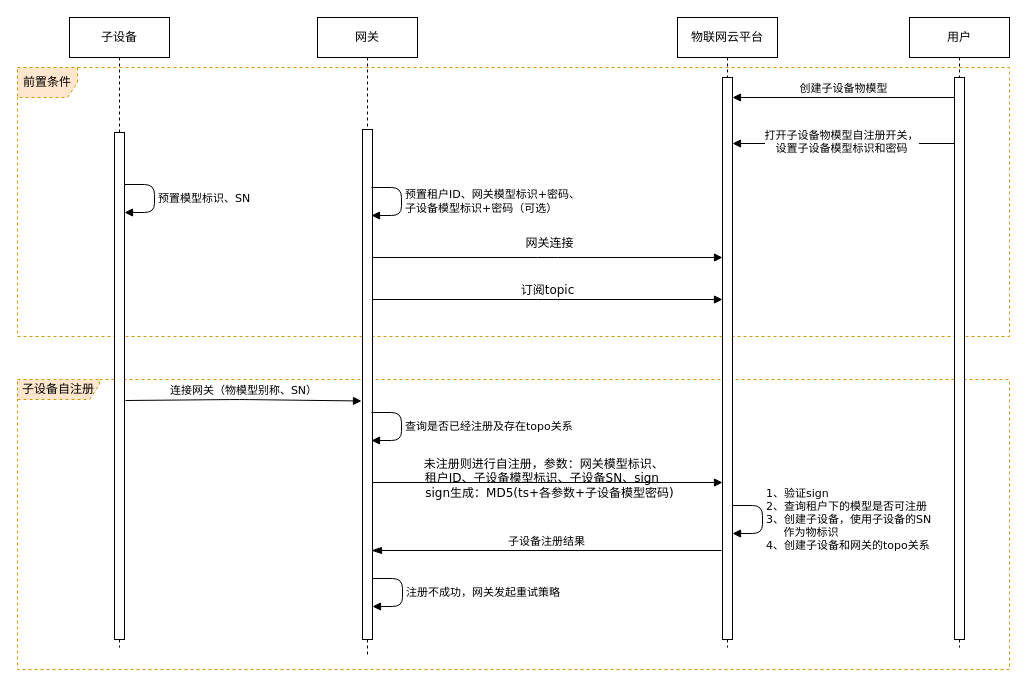
yzzh9/yzzh9 keeps this draw.io diagram as root/子设备注册（面向客户）.drawio. Above is the earlier version. Source tidied: cells renumbered, new cells numbered last; positions are measured from the earlier drawing's top-left corner, leaving out a move shared by most shapes. Both pictures are drawn from the tidied source at 100%, with x=0, y=0 at pixel (17, 17).
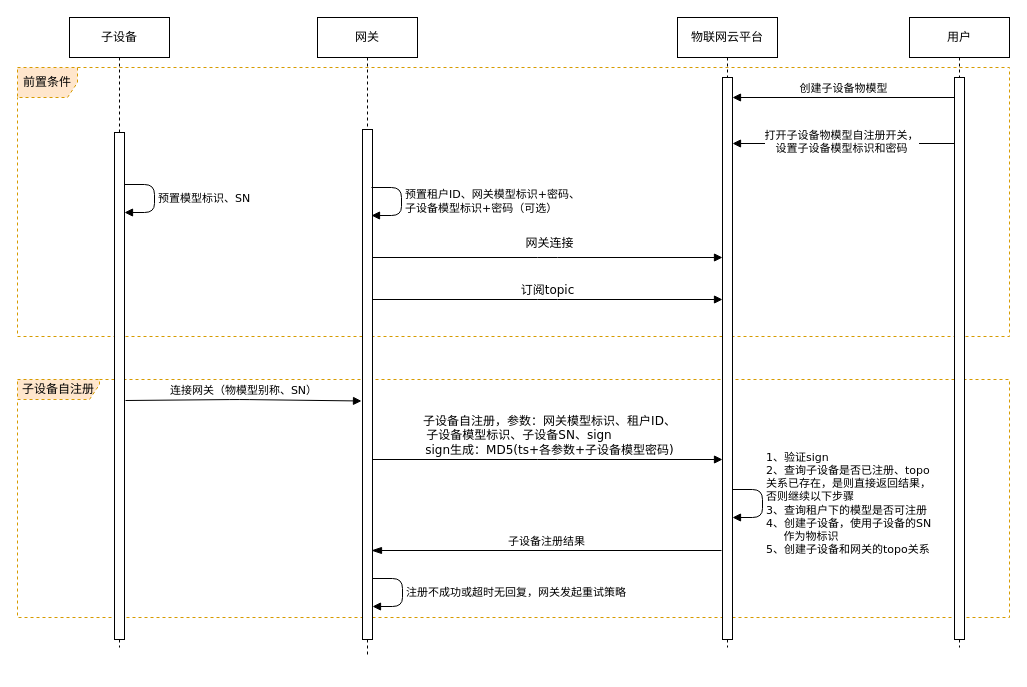
The same diagram, later.

Commit message:
Update 子设备注册（面向客户）.drawio

Diff of the diagram source:
```diff
@@
     <mxCell id="2" value="子设备自注册" style="shape=umlFrame;whiteSpace=wrap;html=1;width=82;height=20;fillColor=#ffe6cc;strokeColor=#d79b00;dashed=1;" parent="1" vertex="1">
-      <mxGeometry y="362" width="992" height="290" as="geometry" />
+      <mxGeometry y="362" width="992" height="238" as="geometry" />
     </mxCell>
@@
-    <mxCell id="15" value="查询是否已经注册及存在topo关系" style="edgeStyle=orthogonalEdgeStyle;html=1;align=left;spacingLeft=2;endArrow=block;fontFamily=Verdana;" parent="1" edge="1">
-      <mxGeometry relative="1" as="geometry">
-        <mxPoint x="354" y="395" as="sourcePoint" />
-        <mxPoint x="354" y="423" as="targetPoint" />
-        <Array as="points">
-          <mxPoint x="384" y="395" />
-        </Array>
-      </mxGeometry>
-    </mxCell>
-    <mxCell id="16" value="未注册则进行自注册，参数：网关模型标识、&amp;nbsp; &amp;nbsp;&lt;br&gt;租户ID、子设备模型标识、子设备SN、sign&amp;nbsp; &amp;nbsp;&amp;nbsp;&lt;br&gt;&amp;nbsp;sign生成：MD5(ts+各参数+子设备模型密码)&amp;nbsp;" style="html=1;verticalAlign=bottom;endArrow=block;entryX=0;entryY=0;labelBackgroundColor=none;fontFamily=Verdana;fontSize=12;edgeStyle=elbowEdgeStyle;elbow=vertical;" parent="1" edge="1">
-      <mxGeometry x="0.01" y="-20" relative="1" as="geometry">
-        <mxPoint x="355" y="465" as="sourcePoint" />
-        <mxPoint x="705" y="465" as="targetPoint" />
+    <mxCell id="16" value="子设备自注册，参数：网关模型标识、租户ID、&lt;br&gt;子设备模型标识、子设备SN、sign&amp;nbsp; &amp;nbsp; &amp;nbsp; &amp;nbsp; &amp;nbsp; &amp;nbsp; &amp;nbsp; &amp;nbsp;&amp;nbsp;&lt;br&gt;&amp;nbsp;sign生成：MD5(ts+各参数+子设备模型密码)&amp;nbsp;" style="html=1;verticalAlign=bottom;endArrow=block;entryX=0;entryY=0;labelBackgroundColor=none;fontFamily=Verdana;fontSize=12;edgeStyle=elbowEdgeStyle;elbow=vertical;" parent="1" edge="1">
+      <mxGeometry x="0.01" relative="1" as="geometry">
+        <mxPoint x="355" y="442" as="sourcePoint" />
+        <mxPoint x="705" y="442" as="targetPoint" />
       </mxGeometry>
     </mxCell>
-    <mxCell id="17" value="1、验证sign&lt;br&gt;2、查询租户下的模型是否可注册&lt;br&gt;3、创建子设备，使用子设备的SN&lt;br&gt;&amp;nbsp; &amp;nbsp; &amp;nbsp;作为物标识&lt;br&gt;4、创建子设备和网关的topo关系" style="edgeStyle=orthogonalEdgeStyle;html=1;align=left;spacingLeft=2;endArrow=block;fontFamily=Verdana;" parent="1" edge="1">
+    <mxCell id="17" value="1、验证sign&lt;br&gt;2、查询子设备是否已注册、topo&lt;br&gt;关系已存在，是则直接返回结果，&lt;br&gt;否则继续以下步骤&lt;br&gt;3、查询租户下的模型是否可注册&lt;br&gt;4、创建子设备，使用子设备的SN&lt;br&gt;&amp;nbsp; &amp;nbsp; &amp;nbsp;作为物标识&lt;br&gt;5、创建子设备和网关的topo关系" style="edgeStyle=orthogonalEdgeStyle;html=1;align=left;spacingLeft=2;endArrow=block;fontFamily=Verdana;" parent="1" edge="1">
       <mxGeometry relative="1" as="geometry">
-        <mxPoint x="715" y="488" as="sourcePoint" />
-        <mxPoint x="715" y="516" as="targetPoint" />
+        <mxPoint x="715" y="472" as="sourcePoint" />
+        <mxPoint x="715" y="500" as="targetPoint" />
         <Array as="points">
-          <mxPoint x="745" y="488" />
+          <mxPoint x="745" y="472" />
         </Array>
       </mxGeometry>
     </mxCell>
@@
-    <mxCell id="19" value="注册不成功，网关发起重试策略" style="edgeStyle=orthogonalEdgeStyle;html=1;align=left;spacingLeft=2;endArrow=block;fontFamily=Verdana;" parent="1" edge="1">
+    <mxCell id="19" value="注册不成功或超时无回复，网关发起重试策略" style="edgeStyle=orthogonalEdgeStyle;html=1;align=left;spacingLeft=2;endArrow=block;fontFamily=Verdana;" parent="1" edge="1">
       <mxGeometry relative="1" as="geometry">
         <mxPoint x="355" y="561" as="sourcePoint" />
         <mxPoint x="355" y="589" as="targetPoint" />
         <Array as="points">
           <mxPoint x="385" y="561" />
         </Array>
       </mxGeometry>
     </mxCell>
```
